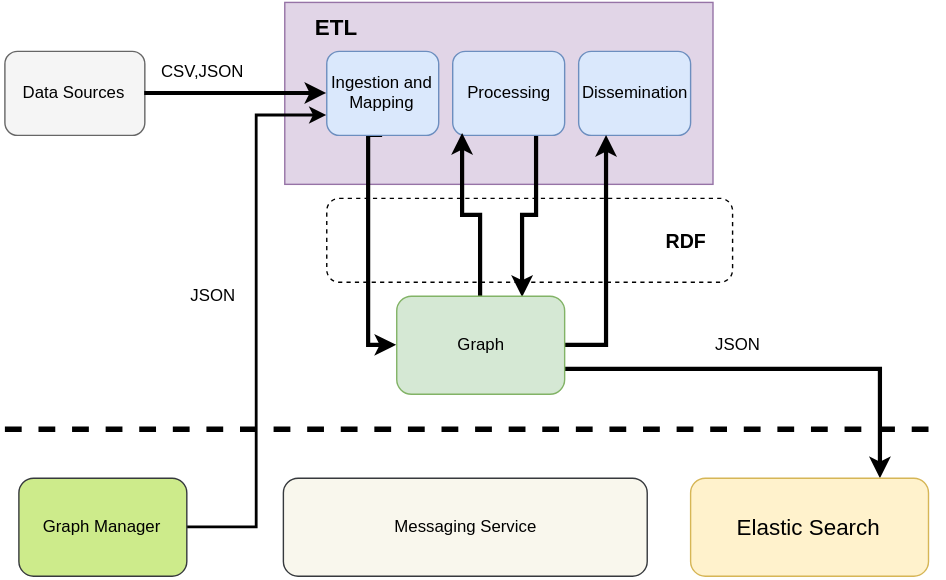
ATTX-project/ATTX-project.github.io keeps this draw.io diagram as attx_project/images/etl_componentworkflow.svg. Above is the earlier version. Source tidied: cells renumbered, new cells last; positions are measured from the earlier drawing's top-left corner, leaving out a move shared by most shapes.
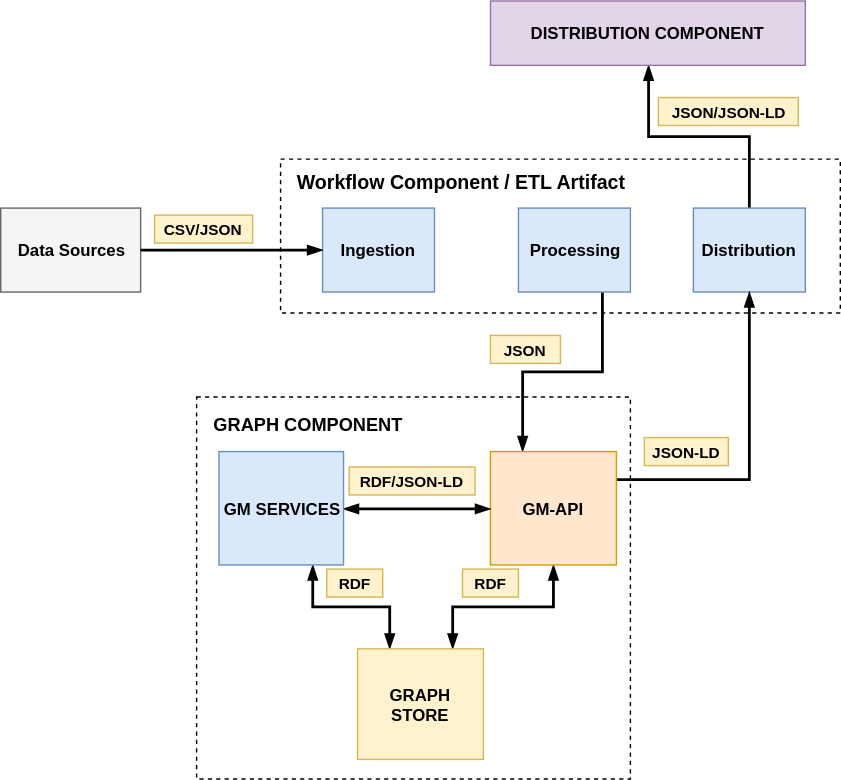
Above is the later version.

Diff of the diagram source:
```diff
@@ -2,88 +2,83 @@
   <root>
     <mxCell id="0" />
     <mxCell id="1" parent="0" />
+    <mxCell id="20" style="whiteSpace=wrap;html=1;fillColor=none;dashed=1;" parent="1" vertex="1">
+      <mxGeometry x="140" y="170" width="310" height="273" as="geometry" />
+    </mxCell>
-    <mxCell id="2" value="Data Sources" style="rounded=1;whiteSpace=wrap;html=1;fillColor=#f5f5f5;strokeColor=#666666;" parent="1" vertex="1">
+    <mxCell id="2" value="Data Sources" style="rounded=0;whiteSpace=wrap;html=1;fillColor=#f5f5f5;strokeColor=#666666;fontStyle=1;" parent="1" vertex="1">
       <mxGeometry y="35" width="100" height="60" as="geometry" />
     </mxCell>
-    <mxCell id="3" style="whiteSpace=wrap;html=1;fillColor=#e1d5e7;strokeColor=#9673a6;" parent="1" vertex="1">
-      <mxGeometry x="200" width="306" height="130" as="geometry" />
+    <mxCell id="3" style="whiteSpace=wrap;html=1;fillColor=none;strokeColor=#000000;dashed=1;" parent="1" vertex="1">
+      <mxGeometry x="200" width="400" height="110" as="geometry" />
     </mxCell>
-    <mxCell id="4" style="edgeStyle=orthogonalEdgeStyle;rounded=0;html=1;entryX=0;entryY=0.5;jettySize=auto;strokeWidth=3;exitX=0.5;exitY=1;" parent="1" edge="1" source="5" target="12">
-      <mxGeometry relative="1" as="geometry">
-        <Array as="points">
-          <mxPoint x="260" y="95" />
-          <mxPoint x="260" y="245" />
-        </Array>
-      </mxGeometry>
-    </mxCell>
-    <mxCell id="5" value="Ingestion and Mapping" style="rounded=1;whiteSpace=wrap;html=1;fillColor=#dae8fc;strokeColor=#6c8ebf;" parent="1" vertex="1">
+    <mxCell id="5" value="Ingestion" style="rounded=0;whiteSpace=wrap;html=1;fillColor=#dae8fc;strokeColor=#6c8ebf;fontStyle=1;" parent="1" vertex="1">
       <mxGeometry x="230" y="35" width="80" height="60" as="geometry" />
     </mxCell>
-    <mxCell id="6" style="edgeStyle=orthogonalEdgeStyle;rounded=0;html=1;exitX=0.75;exitY=1;entryX=0.75;entryY=0;jettySize=auto;strokeWidth=3;" parent="1" edge="1" source="7" target="12">
-      <mxGeometry relative="1" as="geometry" />
-    </mxCell>
+    <mxCell id="25" style="edgeStyle=orthogonalEdgeStyle;rounded=0;html=1;exitX=0.75;exitY=1;entryX=0.25;entryY=0;startArrow=none;startFill=0;endArrow=blockThin;endFill=1;jettySize=auto;strokeWidth=2;fontSize=13;" parent="1" edge="1" source="7" target="29">
+      <mxGeometry relative="1" as="geometry" />
+    </mxCell>
-    <mxCell id="7" value="Processing" style="rounded=1;whiteSpace=wrap;html=1;fillColor=#dae8fc;strokeColor=#6c8ebf;" parent="1" vertex="1">
-      <mxGeometry x="320" y="35" width="80" height="60" as="geometry" />
+    <mxCell id="7" value="Processing" style="rounded=0;whiteSpace=wrap;html=1;fillColor=#dae8fc;strokeColor=#6c8ebf;fontStyle=1;" parent="1" vertex="1">
+      <mxGeometry x="370" y="35" width="80" height="60" as="geometry" />
     </mxCell>
-    <mxCell id="8" style="edgeStyle=orthogonalEdgeStyle;rounded=0;html=1;exitX=1;exitY=0.75;jettySize=auto;strokeWidth=3;fontSize=16;" parent="1" edge="1" source="12" target="15">
-      <mxGeometry relative="1" as="geometry">
-        <Array as="points">
-          <mxPoint x="625" y="262" />
-        </Array>
-      </mxGeometry>
-    </mxCell>
+    <mxCell id="26" style="edgeStyle=orthogonalEdgeStyle;rounded=0;html=1;exitX=0.5;exitY=0;startArrow=none;startFill=0;endArrow=blockThin;endFill=1;jettySize=auto;strokeWidth=2;fontSize=13;" parent="1" edge="1" source="9" target="35">
+      <mxGeometry relative="1" as="geometry" />
+    </mxCell>
-    <mxCell id="9" value="Dissemination" style="rounded=1;whiteSpace=wrap;html=1;fillColor=#dae8fc;strokeColor=#6c8ebf;" parent="1" vertex="1">
-      <mxGeometry x="410" y="35" width="80" height="60" as="geometry" />
+    <mxCell id="9" value="Distribution" style="rounded=0;whiteSpace=wrap;html=1;fillColor=#dae8fc;strokeColor=#6c8ebf;fontStyle=1;" parent="1" vertex="1">
+      <mxGeometry x="495" y="35" width="80" height="60" as="geometry" />
     </mxCell>
-    <mxCell id="10" style="edgeStyle=orthogonalEdgeStyle;rounded=0;html=1;exitX=0.5;exitY=0;entryX=0.088;entryY=0.983;entryPerimeter=0;jettySize=auto;strokeWidth=3;" parent="1" edge="1" source="12" target="7">
-      <mxGeometry relative="1" as="geometry" />
-    </mxCell>
-    <mxCell id="11" style="edgeStyle=orthogonalEdgeStyle;rounded=0;html=1;exitX=1;exitY=0.5;entryX=0.25;entryY=1;jettySize=auto;strokeWidth=3;" parent="1" edge="1" source="12" target="9">
-      <mxGeometry relative="1" as="geometry" />
-    </mxCell>
-    <mxCell id="12" value="Graph" style="rounded=1;whiteSpace=wrap;html=1;fillColor=#d5e8d4;strokeColor=#82b366;" parent="1" vertex="1">
-      <mxGeometry x="280" y="210" width="120" height="70" as="geometry" />
-    </mxCell>
-    <mxCell id="13" value="CSV,JSON" style="text;html=1;align=left;verticalAlign=top;spacingTop=-4;" parent="1" vertex="1">
+    <mxCell id="13" value="&lt;font style=&quot;font-size: 11px&quot;&gt;&lt;b&gt;CSV/JSON&lt;/b&gt;&lt;/font&gt;" style="text;html=1;align=center;verticalAlign=top;spacingTop=-4;fillColor=#fff2cc;strokeColor=#d6b656;" parent="1" vertex="1">
       <mxGeometry x="110" y="40" width="70" height="20" as="geometry" />
     </mxCell>
-    <mxCell id="14" value="ETL" style="text;html=1;align=left;verticalAlign=top;spacingTop=-4;fontSize=16;fontStyle=1;" parent="1" vertex="1">
-      <mxGeometry x="220" y="6" width="40" height="20" as="geometry" />
+    <mxCell id="14" value="Workflow Component / ETL Artifact" style="text;html=1;align=left;verticalAlign=top;spacingTop=-4;fontSize=14;fontStyle=1;" parent="1" vertex="1">
+      <mxGeometry x="210" y="6" width="270" height="20" as="geometry" />
     </mxCell>
-    <mxCell id="15" value="Elastic Search" style="whiteSpace=wrap;html=1;fontSize=16;fillColor=#fff2cc;strokeColor=#d6b656;rounded=1;" parent="1" vertex="1">
-      <mxGeometry x="490" y="340" width="170" height="70" as="geometry" />
-    </mxCell>
+    <mxCell id="17" style="endArrow=blockThin;html=1;exitX=1;exitY=0.5;entryX=0;entryY=0.5;strokeWidth=2;verticalAlign=top;endFill=1;" parent="1" edge="1" source="2" target="5">
+      <mxGeometry relative="1" as="geometry" />
+    </mxCell>
+    <mxCell id="24" style="edgeStyle=orthogonalEdgeStyle;rounded=0;html=1;exitX=0.75;exitY=0;entryX=0.5;entryY=1;startArrow=blockThin;startFill=1;endArrow=blockThin;endFill=1;jettySize=auto;strokeWidth=2;fontSize=14;" parent="1" edge="1" source="19" target="29">
+      <mxGeometry relative="1" as="geometry" />
+    </mxCell>
+    <mxCell id="27" style="edgeStyle=orthogonalEdgeStyle;rounded=0;html=1;exitX=0.25;exitY=0;entryX=0.75;entryY=1;startArrow=blockThin;startFill=1;endArrow=blockThin;endFill=1;jettySize=auto;strokeWidth=2;fontSize=14;" parent="1" edge="1" source="19" target="31">
+      <mxGeometry relative="1" as="geometry" />
+    </mxCell>
+    <mxCell id="19" value="&lt;b&gt;GRAPH STORE&lt;/b&gt;" style="whiteSpace=wrap;html=1;fillColor=#fff2cc;strokeColor=#d6b656;" parent="1" vertex="1">
+      <mxGeometry x="255" y="350" width="90" height="79" as="geometry" />
+    </mxCell>
+    <mxCell id="21" value="GRAPH COMPONENT" style="text;html=1;strokeColor=none;fillColor=none;align=center;verticalAlign=middle;whiteSpace=wrap;dashed=1;fontStyle=1;fontSize=13;" parent="1" vertex="1">
+      <mxGeometry x="140" y="179" width="160" height="20" as="geometry" />
+    </mxCell>
+    <mxCell id="28" style="edgeStyle=orthogonalEdgeStyle;rounded=0;html=1;exitX=1;exitY=0.25;entryX=0.5;entryY=1;startArrow=none;startFill=0;endArrow=blockThin;endFill=1;jettySize=auto;strokeWidth=2;fontSize=13;" parent="1" edge="1" source="29" target="9">
+      <mxGeometry relative="1" as="geometry" />
+    </mxCell>
+    <mxCell id="29" value="&lt;b&gt;GM-API&lt;/b&gt;" style="whiteSpace=wrap;html=1;fillColor=#ffe6cc;strokeColor=#d79b00;" parent="1" vertex="1">
+      <mxGeometry x="350" y="209" width="90" height="81" as="geometry" />
+    </mxCell>
+    <mxCell id="30" style="edgeStyle=orthogonalEdgeStyle;rounded=0;html=1;exitX=1;exitY=0.5;startArrow=blockThin;startFill=1;endArrow=blockThin;endFill=1;jettySize=auto;strokeWidth=2;fontSize=14;" parent="1" edge="1" source="31" target="29">
+      <mxGeometry relative="1" as="geometry" />
+    </mxCell>
+    <mxCell id="31" value="&lt;b&gt;GM SERVICES&lt;/b&gt;" style="whiteSpace=wrap;html=1;fillColor=#dae8fc;strokeColor=#6c8ebf;" parent="1" vertex="1">
+      <mxGeometry x="156" y="209" width="89" height="81" as="geometry" />
+    </mxCell>
+    <mxCell id="22" value="&lt;font style=&quot;font-size: 11px&quot;&gt;&lt;b&gt;RDF/JSON-LD&lt;/b&gt;&lt;/font&gt;" style="text;html=1;align=center;verticalAlign=top;spacingTop=-4;fillColor=#fff2cc;strokeColor=#d6b656;" parent="1" vertex="1">
+      <mxGeometry x="249" y="220" width="90" height="20" as="geometry" />
+    </mxCell>
+    <mxCell id="32" value="&lt;font style=&quot;font-size: 11px&quot;&gt;&lt;b&gt;RDF&lt;/b&gt;&lt;/font&gt;" style="text;html=1;align=center;verticalAlign=top;spacingTop=-4;fillColor=#fff2cc;strokeColor=#d6b656;" parent="1" vertex="1">
+      <mxGeometry x="233" y="293" width="40" height="20" as="geometry" />
+    </mxCell>
+    <mxCell id="33" value="&lt;font style=&quot;font-size: 11px&quot;&gt;&lt;b&gt;RDF&lt;/b&gt;&lt;/font&gt;" style="text;html=1;align=center;verticalAlign=top;spacingTop=-4;fillColor=#fff2cc;strokeColor=#d6b656;" parent="1" vertex="1">
+      <mxGeometry x="330" y="293" width="40" height="20" as="geometry" />
+    </mxCell>
-    <mxCell id="16" value="JSON" style="text;html=1;align=left;verticalAlign=top;spacingTop=-4;" parent="1" vertex="1">
-      <mxGeometry x="506" y="235" width="50" height="20" as="geometry" />
+    <mxCell id="16" value="&lt;font style=&quot;font-size: 11px&quot;&gt;&lt;b&gt;JSON&lt;/b&gt;&lt;/font&gt;" style="text;html=1;align=center;verticalAlign=top;spacingTop=-4;fillColor=#fff2cc;strokeColor=#d6b656;" parent="1" vertex="1">
+      <mxGeometry x="350" y="126" width="50" height="20" as="geometry" />
     </mxCell>
-    <mxCell id="17" style="endArrow=classic;html=1;exitX=1;exitY=0.5;entryX=0;entryY=0.5;strokeWidth=3;verticalAlign=top;" parent="1" edge="1" source="2" target="5">
-      <mxGeometry relative="1" as="geometry" />
-    </mxCell>
-    <mxCell id="18" style="edgeStyle=orthogonalEdgeStyle;rounded=0;html=1;exitX=1;exitY=0.5;entryX=0;entryY=0.75;jettySize=auto;strokeWidth=2;fontSize=10;" parent="1" edge="1" source="19" target="5">
-      <mxGeometry relative="1" as="geometry">
-        <Array as="points">
-          <mxPoint x="180" y="375" />
-          <mxPoint x="180" y="80" />
-        </Array>
-      </mxGeometry>
-    </mxCell>
-    <mxCell id="19" value="Graph Manager" style="rounded=1;whiteSpace=wrap;html=1;fillColor=#cdeb8b;strokeColor=#36393d;" parent="1" vertex="1">
-      <mxGeometry x="10" y="340" width="120" height="70" as="geometry" />
-    </mxCell>
-    <mxCell id="20" value="Messaging Service" style="rounded=1;whiteSpace=wrap;html=1;fillColor=#f9f7ed;strokeColor=#36393d;" parent="1" vertex="1">
-      <mxGeometry x="199" y="340" width="260" height="70" as="geometry" />
-    </mxCell>
-    <mxCell id="21" style="line;strokeWidth=4;html=1;perimeter=backbonePerimeter;rounded=1;dashed=1;fillColor=none;fontSize=10;" parent="1" vertex="1">
-      <mxGeometry y="300" width="670" height="10" as="geometry" />
-    </mxCell>
-    <mxCell id="22" style="whiteSpace=wrap;html=1;rounded=1;dashed=1;fillColor=none;fontSize=10;" parent="1" vertex="1">
-      <mxGeometry x="230" y="140" width="290" height="60" as="geometry" />
-    </mxCell>
-    <mxCell id="23" value="RDF" style="text;html=1;strokeColor=none;fillColor=none;align=center;verticalAlign=middle;whiteSpace=wrap;rounded=1;dashed=1;fontSize=14;fontStyle=1;" parent="1" vertex="1">
-      <mxGeometry x="466" y="160" width="40" height="20" as="geometry" />
-    </mxCell>
-    <mxCell id="24" value="JSON" style="text;html=1;align=left;verticalAlign=top;spacingTop=-4;" parent="1" vertex="1">
-      <mxGeometry x="131" y="200" width="50" height="20" as="geometry" />
-    </mxCell>
+    <mxCell id="34" value="&lt;font style=&quot;font-size: 11px&quot;&gt;&lt;b&gt;JSON-LD&lt;/b&gt;&lt;/font&gt;" style="text;html=1;align=center;verticalAlign=top;spacingTop=-4;fillColor=#fff2cc;strokeColor=#d6b656;" parent="1" vertex="1">
+      <mxGeometry x="460" y="199" width="60" height="20" as="geometry" />
+    </mxCell>
+    <mxCell id="35" value="&lt;b&gt;DISTRIBUTION COMPONENT&lt;/b&gt;" style="whiteSpace=wrap;html=1;fillColor=#e1d5e7;strokeColor=#9673a6;" parent="1" vertex="1">
+      <mxGeometry x="350" y="-113" width="225" height="46" as="geometry" />
+    </mxCell>
+    <mxCell id="36" value="&lt;font style=&quot;font-size: 11px&quot;&gt;&lt;b&gt;JSON/JSON-LD&lt;/b&gt;&lt;/font&gt;" style="text;html=1;align=center;verticalAlign=top;spacingTop=-4;fillColor=#fff2cc;strokeColor=#d6b656;" parent="1" vertex="1">
+      <mxGeometry x="470" y="-44" width="100" height="20" as="geometry" />
+    </mxCell>
   </root>
 </mxGraphModel>
```
